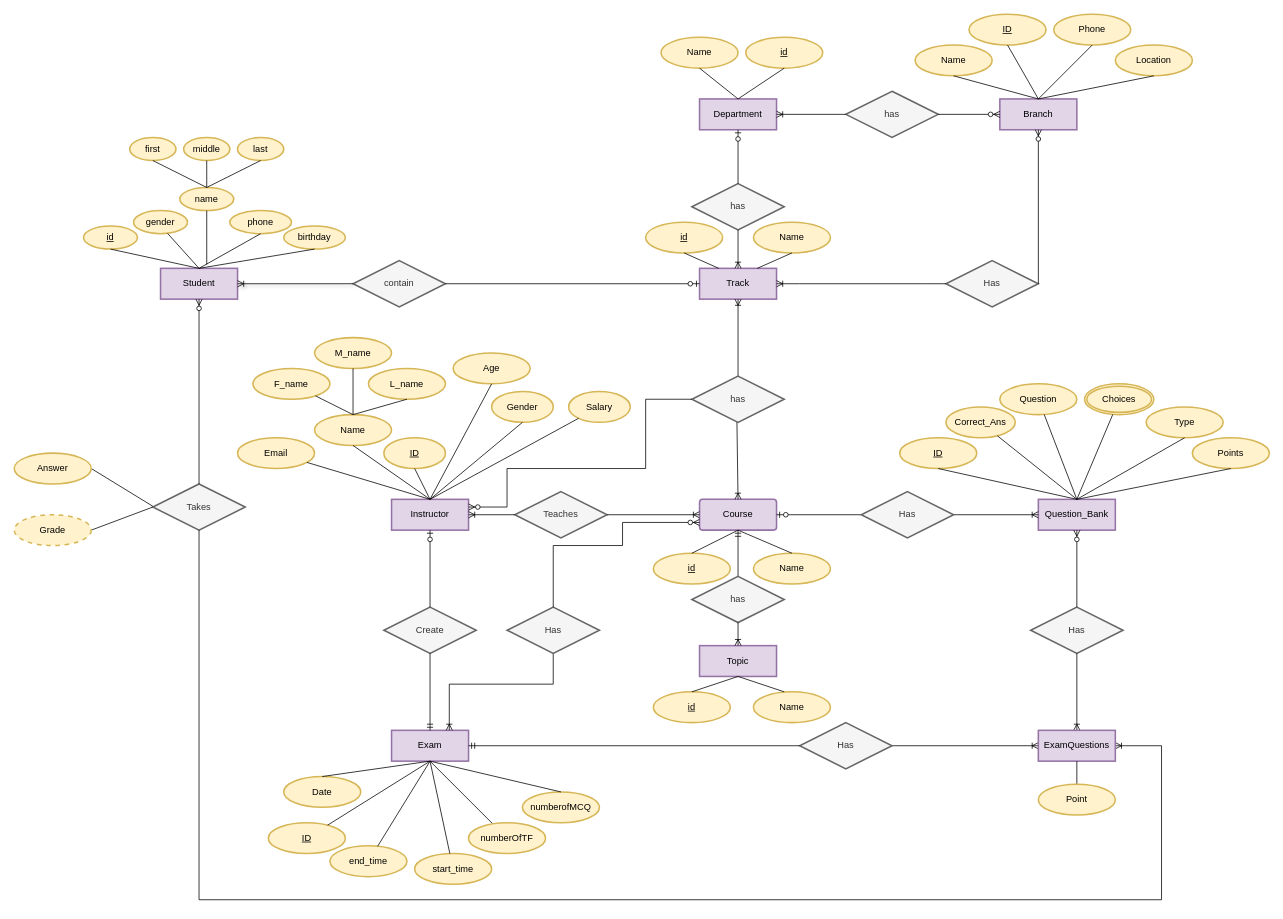
Before: OnlineExaminationSystem.drawio in aya-abdelmageed/OnlineExaminationSystem, a draw.io diagram. Source tidied: cells renumbered, new cells numbered last; positions are measured from the earlier drawing's top-left corner, leaving out a move shared by most shapes. Both pictures are drawn from the tidied source at 77%, with x=0, y=0 at pixel (14, 14).
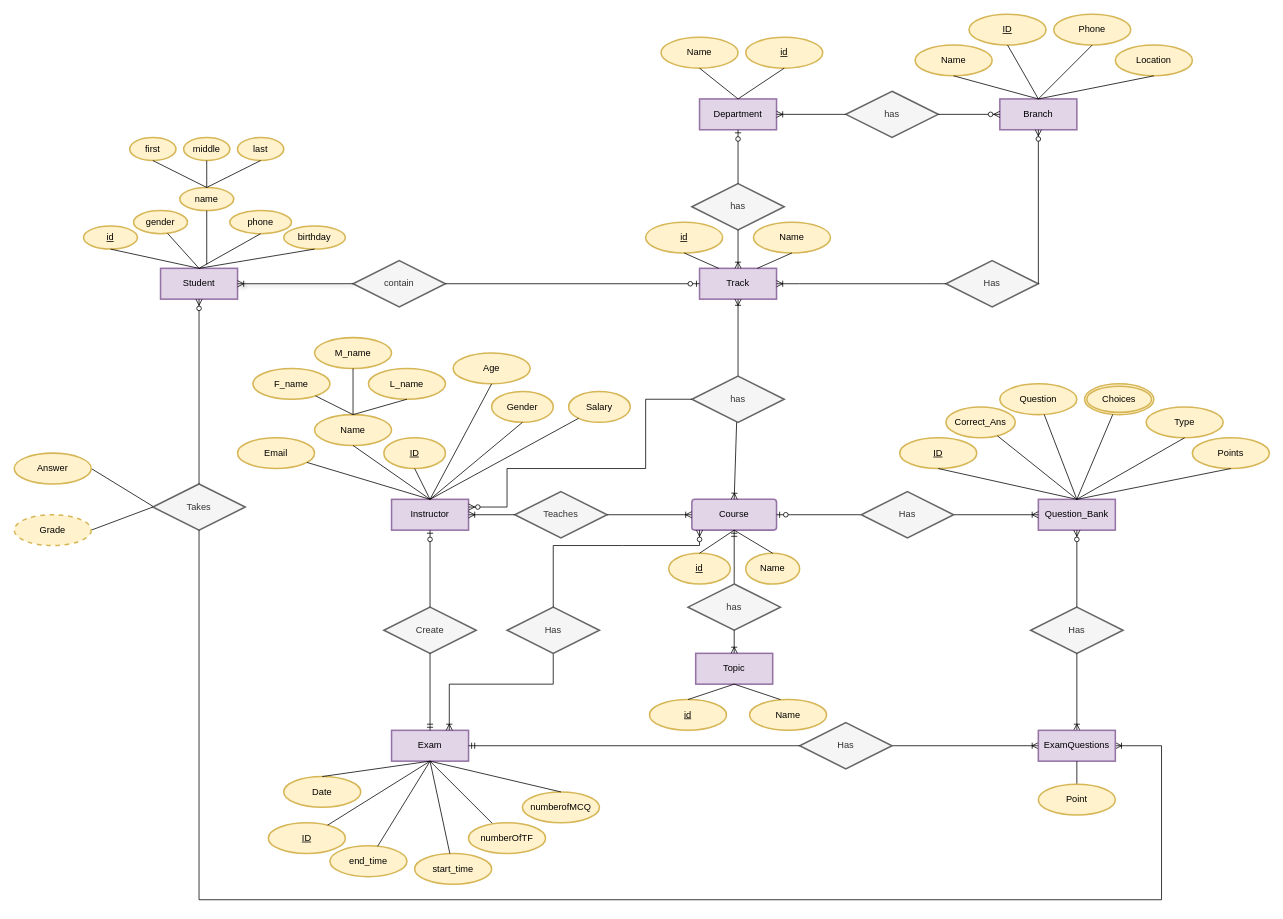
The same page after the edit.

Unchanged cells that the change refers to:
```xml
<mxCell id="26" value="Exam" style="whiteSpace=wrap;html=1;align=center;fillColor=#e1d5e7;strokeColor=#9673a6;strokeWidth=2;" parent="1" vertex="1">
  <mxGeometry x="490" y="930" width="100" height="40" as="geometry" />
</mxCell>
<mxCell id="113" value="Takes" style="shape=rhombus;perimeter=rhombusPerimeter;whiteSpace=wrap;html=1;align=center;fillColor=#f5f5f5;fontColor=#333333;strokeColor=#666666;strokeWidth=2;" parent="1" vertex="1">
  <mxGeometry x="180" y="610" width="120" height="60" as="geometry" />
</mxCell>
<mxCell id="131" value="Has" style="shape=rhombus;perimeter=rhombusPerimeter;whiteSpace=wrap;html=1;align=center;fillColor=#f5f5f5;fontColor=#333333;strokeColor=#666666;strokeWidth=2;" parent="1" vertex="1">
  <mxGeometry x="640" y="770" width="120" height="60" as="geometry" />
</mxCell>
<mxCell id="133" value="ExamQuestions" style="whiteSpace=wrap;html=1;align=center;fillColor=#e1d5e7;strokeColor=#9673a6;strokeWidth=2;" parent="1" vertex="1">
  <mxGeometry x="1330" y="930" width="100" height="40" as="geometry" />
</mxCell>
<mxCell id="135" value="Has" style="shape=rhombus;perimeter=rhombusPerimeter;whiteSpace=wrap;html=1;align=center;fillColor=#f5f5f5;fontColor=#333333;strokeColor=#666666;strokeWidth=2;" parent="1" vertex="1">
  <mxGeometry x="1020" y="920" width="120" height="60" as="geometry" />
</mxCell>
```

What changed in the source:
```diff
@@
     <mxCell id="55" value="id" style="ellipse;whiteSpace=wrap;html=1;align=center;fontStyle=4;fillColor=#fff2cc;strokeColor=#d6b656;strokeWidth=2;" parent="1" vertex="1">
-      <mxGeometry x="830" y="700" width="100" height="40" as="geometry" />
+      <mxGeometry x="850" y="700" width="80" height="40" as="geometry" />
     </mxCell>
@@
     <mxCell id="60" value="Course" style="rounded=1;arcSize=10;whiteSpace=wrap;html=1;align=center;fillColor=#e1d5e7;strokeColor=#9673a6;strokeWidth=2;" parent="1" vertex="1">
-      <mxGeometry x="890" y="630" width="100" height="40" as="geometry" />
+      <mxGeometry x="880" y="630" width="110" height="40" as="geometry" />
     </mxCell>
     <mxCell id="61" value="Name" style="ellipse;whiteSpace=wrap;html=1;align=center;fillColor=#fff2cc;strokeColor=#d6b656;strokeWidth=2;" parent="1" vertex="1">
-      <mxGeometry x="960" y="700" width="100" height="40" as="geometry" />
+      <mxGeometry x="950" y="700" width="70" height="40" as="geometry" />
     </mxCell>
@@
     <mxCell id="70" value="Topic" style="whiteSpace=wrap;html=1;align=center;fillColor=#e1d5e7;strokeColor=#9673a6;strokeWidth=2;" parent="1" vertex="1">
-      <mxGeometry x="890" y="820" width="100" height="40" as="geometry" />
+      <mxGeometry x="885" y="830" width="100" height="40" as="geometry" />
     </mxCell>
     <mxCell id="71" value="id" style="ellipse;whiteSpace=wrap;html=1;align=center;fontStyle=4;fillColor=#fff2cc;strokeColor=#d6b656;strokeWidth=2;" parent="1" vertex="1">
-      <mxGeometry x="830" y="880" width="100" height="40" as="geometry" />
+      <mxGeometry x="825" y="890" width="100" height="40" as="geometry" />
     </mxCell>
     <mxCell id="72" value="Name" style="ellipse;whiteSpace=wrap;html=1;align=center;fillColor=#fff2cc;strokeColor=#d6b656;strokeWidth=2;" parent="1" vertex="1">
-      <mxGeometry x="960" y="880" width="100" height="40" as="geometry" />
+      <mxGeometry x="955" y="890" width="100" height="40" as="geometry" />
     </mxCell>
     <mxCell id="73" style="endArrow=none;html=1;rounded=0;exitX=0.5;exitY=0;exitDx=0;exitDy=0;entryX=0.5;entryY=1;entryDx=0;entryDy=0;" parent="1" edge="1" target="70">
       <mxGeometry relative="1" as="geometry">
-        <mxPoint x="880" y="880" as="sourcePoint" />
+        <mxPoint x="875" y="890" as="sourcePoint" />
       </mxGeometry>
     </mxCell>
     <mxCell id="74" style="endArrow=none;html=1;rounded=0;entryX=0.5;entryY=0;entryDx=0;entryDy=0;exitX=0.5;exitY=1;exitDx=0;exitDy=0;" parent="1" edge="1" source="70">
       <mxGeometry relative="1" as="geometry">
-        <mxPoint x="1000" y="880" as="targetPoint" />
+        <mxPoint x="995" y="890" as="targetPoint" />
       </mxGeometry>
     </mxCell>
-    <mxCell id="75" style="fontSize=12;html=1;endArrow=ERmandOne;rounded=0;entryX=0.5;entryY=1;entryDx=0;entryDy=0;" parent="1" edge="1" target="60">
-      <mxGeometry relative="1" as="geometry">
-        <mxPoint x="940" y="740" as="sourcePoint" />
-      </mxGeometry>
+    <mxCell id="75" style="fontSize=12;html=1;endArrow=ERmandOne;rounded=0;entryX=0.5;entryY=1;entryDx=0;entryDy=0;exitX=0.5;exitY=0;exitDx=0;exitDy=0;" parent="1" edge="1" source="76" target="60">
+      <mxGeometry relative="1" as="geometry" />
     </mxCell>
     <mxCell id="76" value="has" style="shape=rhombus;perimeter=rhombusPerimeter;whiteSpace=wrap;html=1;align=center;fillColor=#f5f5f5;fontColor=#333333;strokeColor=#666666;strokeWidth=2;" parent="1" vertex="1">
-      <mxGeometry x="880" y="730" width="120" height="60" as="geometry" />
+      <mxGeometry x="875" y="740" width="120" height="60" as="geometry" />
     </mxCell>
@@
-    <mxCell id="117" style="fontSize=12;html=1;endArrow=ERoneToMany;rounded=0;exitX=0.5;exitY=1;exitDx=0;exitDy=0;entryX=1;entryY=0.5;entryDx=0;entryDy=0;" parent="1" edge="1" source="113" target="133">
+    <mxCell id="117" style="fontSize=12;html=1;endArrow=ERoneToMany;rounded=0;exitX=0.5;exitY=1;exitDx=0;exitDy=0;entryX=1;entryY=0.5;entryDx=0;entryDy=0;strokeWidth=1;" parent="1" edge="1" source="113" target="133">
       <mxGeometry relative="1" as="geometry">
         <Array as="points">
           <mxPoint x="240" y="1150" />
           <mxPoint x="1490" y="1150" />
           <mxPoint x="1490" y="950" />
         </Array>
       </mxGeometry>
     </mxCell>
@@
-    <mxCell id="132" style="fontSize=12;html=1;endArrow=ERzeroToMany;endFill=1;rounded=0;exitX=0.5;exitY=0;exitDx=0;exitDy=0;entryX=0;entryY=0.75;entryDx=0;entryDy=0;" parent="1" edge="1" source="131" target="60">
+    <mxCell id="132" style="fontSize=12;html=1;endArrow=ERzeroToMany;endFill=1;rounded=0;exitX=0.5;exitY=0;exitDx=0;exitDy=0;" parent="1" edge="1" source="131">
       <mxGeometry relative="1" as="geometry">
+        <mxPoint x="890" y="670" as="targetPoint" />
         <Array as="points">
           <mxPoint x="700" y="690" />
           <mxPoint x="790" y="690" />
-          <mxPoint x="790" y="660" />
+          <mxPoint x="890" y="690" />
         </Array>
       </mxGeometry>
     </mxCell>
@@
-    <mxCell id="136" style="fontSize=12;html=1;endArrow=ERmandOne;rounded=0;entryX=1;entryY=0.5;entryDx=0;entryDy=0;" parent="1" edge="1" source="135" target="26">
+    <mxCell id="136" style="fontSize=12;html=1;endArrow=ERmandOne;rounded=0;entryX=1;entryY=0.5;entryDx=0;entryDy=0;strokeWidth=1;" parent="1" edge="1" source="135" target="26">
       <mxGeometry relative="1" as="geometry" />
     </mxCell>
```
